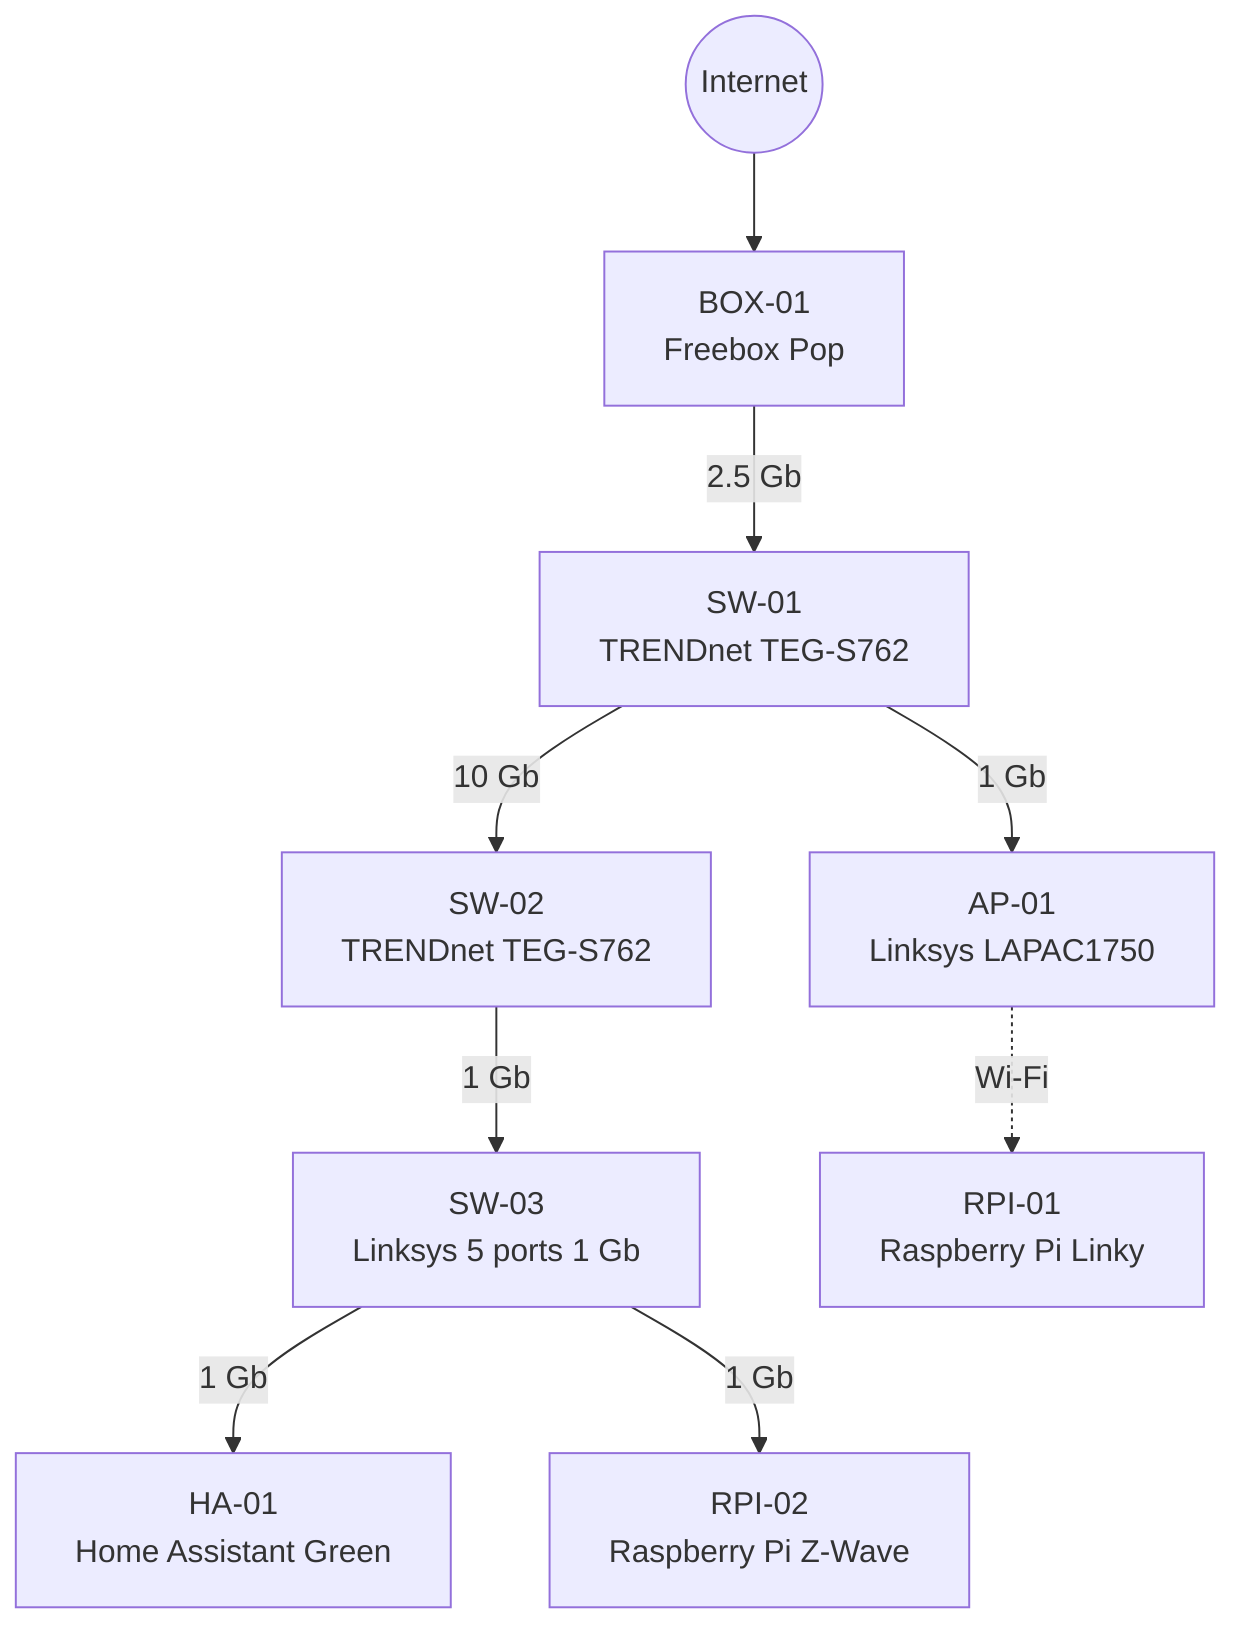
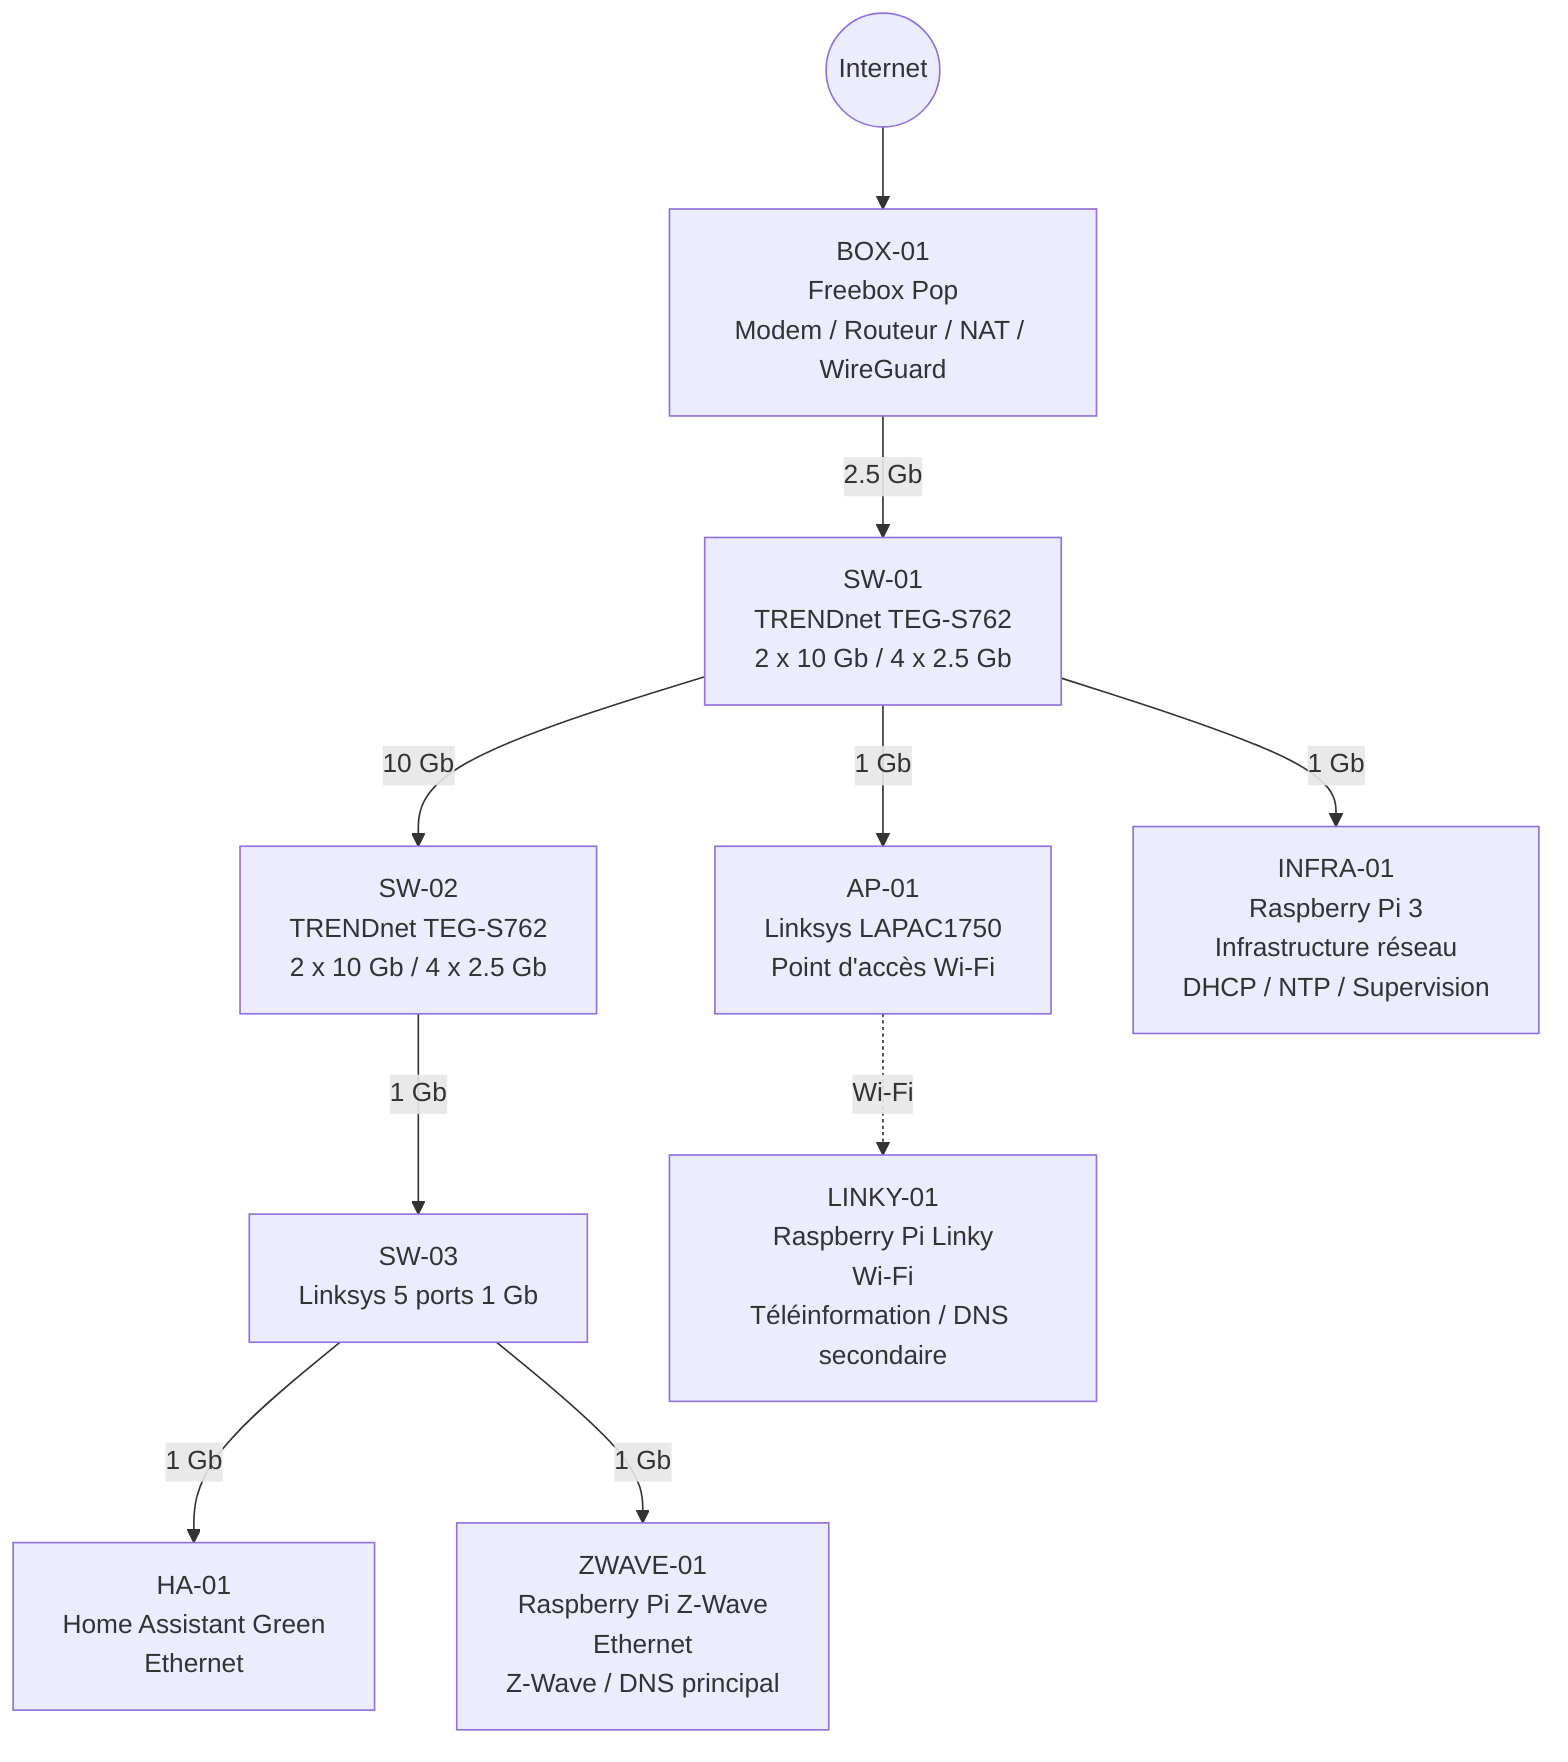
flowchart TD
    Internet((Internet))
-     BOX["BOX-01<br/>Freebox Pop"]
-     SW1["SW-01<br/>TRENDnet TEG-S762"]
-     SW2["SW-02<br/>TRENDnet TEG-S762"]
+ 
+     BOX["BOX-01<br/>Freebox Pop<br/>Modem / Routeur / NAT / WireGuard"]
+ 
+     SW1["SW-01<br/>TRENDnet TEG-S762<br/>2 x 10 Gb / 4 x 2.5 Gb"]
+     SW2["SW-02<br/>TRENDnet TEG-S762<br/>2 x 10 Gb / 4 x 2.5 Gb"]
    SW3["SW-03<br/>Linksys 5 ports 1 Gb"]
-     AP["AP-01<br/>Linksys LAPAC1750"]
-     HA["HA-01<br/>Home Assistant Green"]
-     RPI_LINKY["RPI-01<br/>Raspberry Pi Linky"]
-     RPI_ZWAVE["RPI-02<br/>Raspberry Pi Z-Wave"]
+ 
+     AP["AP-01<br/>Linksys LAPAC1750<br/>Point d'accès Wi-Fi"]
+ 
+     HA["HA-01<br/>Home Assistant Green<br/>Ethernet"]
+ 
+     INFRA["INFRA-01<br/>Raspberry Pi 3<br/>Infrastructure réseau<br/>DHCP / NTP / Supervision"]
+ 
+     LINKY["LINKY-01<br/>Raspberry Pi Linky<br/>Wi-Fi<br/>Téléinformation / DNS secondaire"]
+ 
+     ZWAVE["ZWAVE-01<br/>Raspberry Pi Z-Wave<br/>Ethernet<br/>Z-Wave / DNS principal"]

    Internet --> BOX
    BOX -- "2.5 Gb" --> SW1
+ 
    SW1 -- "10 Gb" --> SW2
    SW2 -- "1 Gb" --> SW3
+ 
    SW1 -- "1 Gb" --> AP
-     AP -. "Wi-Fi" .-> RPI_LINKY
+     SW1 -- "1 Gb" --> INFRA
+ 
+     AP -. "Wi-Fi" .-> LINKY
+ 
    SW3 -- "1 Gb" --> HA
-     SW3 -- "1 Gb" --> RPI_ZWAVE+     SW3 -- "1 Gb" --> ZWAVE